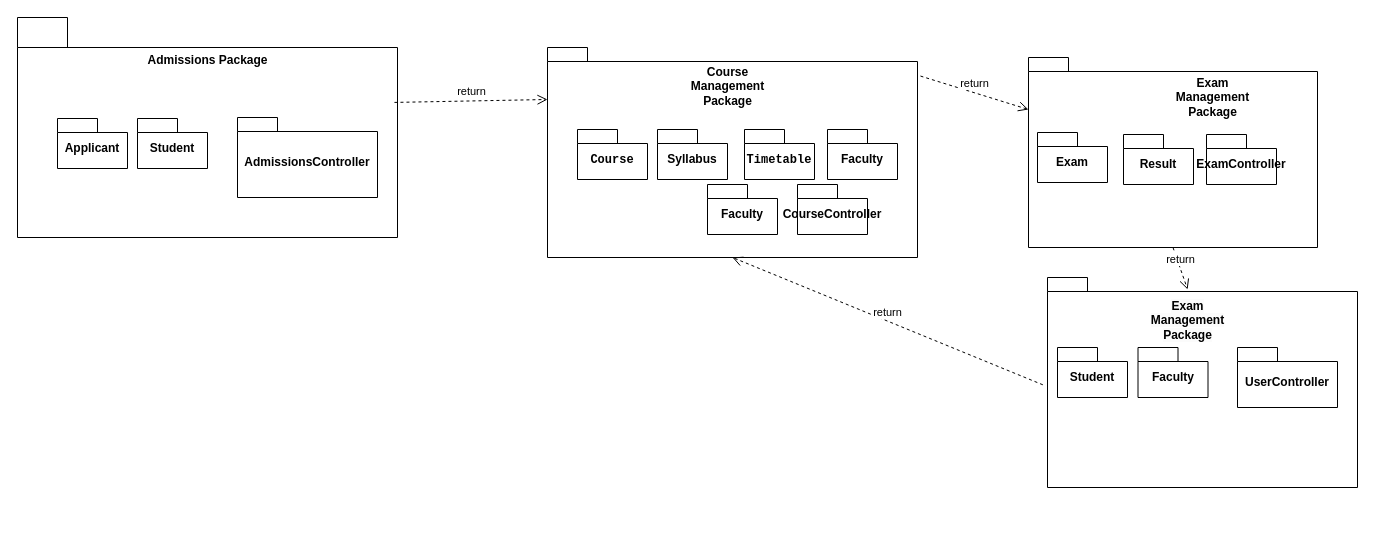
Earlier version of the draw.io diagram page "Page-6" (5 of 5) of Untitled Diagram.drawio (AdityaJyoti2002/Tic-Tac-Toe). Source tidied: cells renumbered, new cells numbered last; positions are measured from the earlier drawing's top-left corner, leaving out a move shared by most shapes. Both pictures are drawn from the tidied source at 100%, with x=0, y=0 at pixel (17, 17).
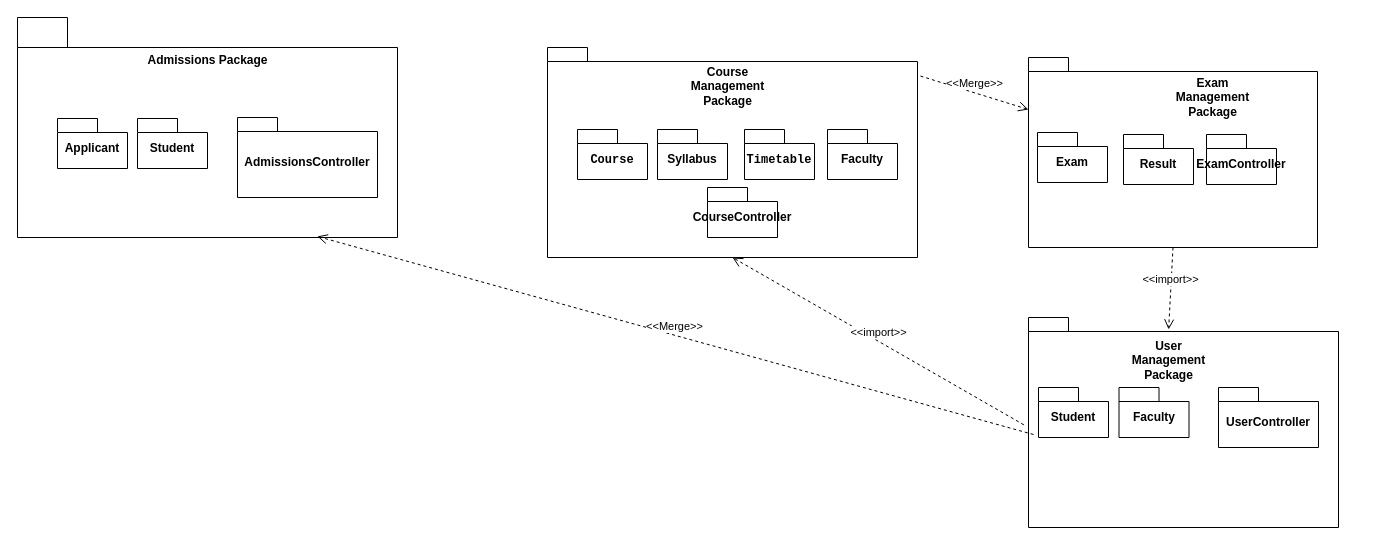
The same page after the edit.

Unchanged cells that the change refers to:
```xml
<mxCell id="2" style="shape=folder;fontStyle=1;spacingTop=10;tabWidth=50;tabHeight=30;tabPosition=left;html=1;whiteSpace=wrap;" parent="1" vertex="1">
  <mxGeometry width="380" height="220" as="geometry" />
</mxCell>
<mxCell id="3" style="shape=folder;fontStyle=1;spacingTop=10;tabWidth=40;tabHeight=14;tabPosition=left;html=1;whiteSpace=wrap;" parent="1" vertex="1">
  <mxGeometry x="530" y="30" width="370" height="210" as="geometry" />
</mxCell>
<mxCell id="5" style="shape=folder;fontStyle=1;spacingTop=10;tabWidth=40;tabHeight=14;tabPosition=left;html=1;whiteSpace=wrap;" parent="1" vertex="1">
  <mxGeometry x="1011" y="40" width="289" height="190" as="geometry" />
</mxCell>
```

Change to the diagram source:
```diff
@@
     <mxCell id="4" style="shape=folder;fontStyle=1;spacingTop=10;tabWidth=40;tabHeight=14;tabPosition=left;html=1;whiteSpace=wrap;" parent="1" vertex="1">
-      <mxGeometry x="1030" y="260" width="310" height="210" as="geometry" />
+      <mxGeometry x="1011" y="300" width="310" height="210" as="geometry" />
     </mxCell>
@@
-    <mxCell id="6" value="return" style="html=1;verticalAlign=bottom;endArrow=open;dashed=1;endSize=8;curved=0;rounded=0;exitX=0.992;exitY=0.386;exitDx=0;exitDy=0;exitPerimeter=0;entryX=0;entryY=0;entryDx=0;entryDy=52;entryPerimeter=0;" parent="1" edge="1" source="2" target="3">
-      <mxGeometry relative="1" as="geometry" />
-    </mxCell>
-    <mxCell id="7" value="return" style="html=1;verticalAlign=bottom;endArrow=open;dashed=1;endSize=8;curved=0;rounded=0;exitX=1.008;exitY=0.136;exitDx=0;exitDy=0;exitPerimeter=0;entryX=0;entryY=0;entryDx=0;entryDy=52;entryPerimeter=0;" parent="1" edge="1" source="3" target="5">
+    <mxCell id="7" value="&amp;lt;&amp;lt;Merge&amp;gt;&amp;gt;" style="html=1;verticalAlign=bottom;endArrow=open;dashed=1;endSize=8;curved=0;rounded=0;exitX=1.008;exitY=0.136;exitDx=0;exitDy=0;exitPerimeter=0;entryX=0;entryY=0;entryDx=0;entryDy=52;entryPerimeter=0;" parent="1" edge="1" source="3" target="5">
       <mxGeometry relative="1" as="geometry" />
     </mxCell>
-    <mxCell id="8" value="return" style="html=1;verticalAlign=bottom;endArrow=open;dashed=1;endSize=8;curved=0;rounded=0;exitX=0.5;exitY=1;exitDx=0;exitDy=0;exitPerimeter=0;entryX=0.452;entryY=0.057;entryDx=0;entryDy=0;entryPerimeter=0;" parent="1" edge="1" source="5" target="4">
+    <mxCell id="8" value="&amp;lt;&amp;lt;import&amp;gt;&amp;gt;" style="html=1;verticalAlign=bottom;endArrow=open;dashed=1;endSize=8;curved=0;rounded=0;exitX=0.5;exitY=1;exitDx=0;exitDy=0;exitPerimeter=0;entryX=0.452;entryY=0.057;entryDx=0;entryDy=0;entryPerimeter=0;" parent="1" edge="1" source="5" target="4">
       <mxGeometry relative="1" as="geometry" />
     </mxCell>
-    <mxCell id="9" value="return" style="html=1;verticalAlign=bottom;endArrow=open;dashed=1;endSize=8;curved=0;rounded=0;exitX=-0.015;exitY=0.511;exitDx=0;exitDy=0;exitPerimeter=0;entryX=0.5;entryY=1;entryDx=0;entryDy=0;entryPerimeter=0;" parent="1" edge="1" source="4" target="3">
+    <mxCell id="9" value="&amp;lt;&amp;lt;import&amp;gt;&amp;gt;" style="html=1;verticalAlign=bottom;endArrow=open;dashed=1;endSize=8;curved=0;rounded=0;exitX=-0.015;exitY=0.511;exitDx=0;exitDy=0;exitPerimeter=0;entryX=0.5;entryY=1;entryDx=0;entryDy=0;entryPerimeter=0;" parent="1" edge="1" source="4" target="3">
       <mxGeometry relative="1" as="geometry" />
     </mxCell>
@@
-    <mxCell id="19" value="Faculty" style="shape=folder;fontStyle=1;spacingTop=10;tabWidth=40;tabHeight=14;tabPosition=left;html=1;whiteSpace=wrap;" parent="1" vertex="1">
-      <mxGeometry x="690" y="167" width="70" height="50" as="geometry" />
-    </mxCell>
@@
     <mxCell id="24" value="CourseController" style="shape=folder;fontStyle=1;spacingTop=10;tabWidth=40;tabHeight=14;tabPosition=left;html=1;whiteSpace=wrap;" parent="1" vertex="1">
-      <mxGeometry x="780" y="167" width="70" height="50" as="geometry" />
+      <mxGeometry x="690" y="170" width="70" height="50" as="geometry" />
     </mxCell>
-    <mxCell id="25" value="&lt;span style=&quot;color: rgb(0, 0, 0); font-family: Helvetica; font-size: 12px; font-style: normal; font-variant-ligatures: normal; font-variant-caps: normal; font-weight: 700; letter-spacing: normal; orphans: 2; text-align: center; text-indent: 0px; text-transform: none; widows: 2; word-spacing: 0px; -webkit-text-stroke-width: 0px; white-space: normal; background-color: rgb(251, 251, 251); text-decoration-thickness: initial; text-decoration-style: initial; text-decoration-color: initial; display: inline !important; float: none;&quot;&gt;Exam Management Package&lt;/span&gt;" style="text;align=center;fontStyle=1;verticalAlign=middle;spacingLeft=3;spacingRight=3;strokeColor=none;html=1;" parent="1" vertex="1">
-      <mxGeometry x="1130" y="290" width="80" height="26" as="geometry" />
+    <mxCell id="25" value="&lt;span style=&quot;color: rgb(0, 0, 0); font-family: Helvetica; font-size: 12px; font-style: normal; font-variant-ligatures: normal; font-variant-caps: normal; font-weight: 700; letter-spacing: normal; orphans: 2; text-align: center; text-indent: 0px; text-transform: none; widows: 2; word-spacing: 0px; -webkit-text-stroke-width: 0px; white-space: normal; background-color: rgb(251, 251, 251); text-decoration-thickness: initial; text-decoration-style: initial; text-decoration-color: initial; float: none; display: inline !important;&quot;&gt;User Management Package&lt;/span&gt;" style="text;align=center;fontStyle=1;verticalAlign=middle;spacingLeft=3;spacingRight=3;strokeColor=none;html=1;" parent="1" vertex="1">
+      <mxGeometry x="1111" y="330" width="80" height="26" as="geometry" />
     </mxCell>
     <mxCell id="26" value="UserController" style="shape=folder;fontStyle=1;spacingTop=10;tabWidth=40;tabHeight=14;tabPosition=left;html=1;whiteSpace=wrap;" parent="1" vertex="1">
-      <mxGeometry x="1220" y="330" width="100" height="60" as="geometry" />
+      <mxGeometry x="1201" y="370" width="100" height="60" as="geometry" />
     </mxCell>
     <mxCell id="27" value="Faculty" style="shape=folder;fontStyle=1;spacingTop=10;tabWidth=40;tabHeight=14;tabPosition=left;html=1;whiteSpace=wrap;" parent="1" vertex="1">
-      <mxGeometry x="1120.5" y="330" width="70" height="50" as="geometry" />
+      <mxGeometry x="1101.5" y="370" width="70" height="50" as="geometry" />
     </mxCell>
     <mxCell id="28" value="Student" style="shape=folder;fontStyle=1;spacingTop=10;tabWidth=40;tabHeight=14;tabPosition=left;html=1;whiteSpace=wrap;" parent="1" vertex="1">
-      <mxGeometry x="1040" y="330" width="70" height="50" as="geometry" />
+      <mxGeometry x="1021" y="370" width="70" height="50" as="geometry" />
     </mxCell>
+    <mxCell id="29" value="&amp;lt;&amp;lt;Merge&amp;gt;&amp;gt;" style="html=1;verticalAlign=bottom;endArrow=open;dashed=1;endSize=8;curved=0;rounded=0;exitX=-0.015;exitY=0.511;exitDx=0;exitDy=0;exitPerimeter=0;entryX=0.789;entryY=0.995;entryDx=0;entryDy=0;entryPerimeter=0;" parent="1" edge="1" target="2">
+      <mxGeometry relative="1" as="geometry">
+        <mxPoint x="1016" y="417" as="sourcePoint" />
+      </mxGeometry>
+    </mxCell>
```
